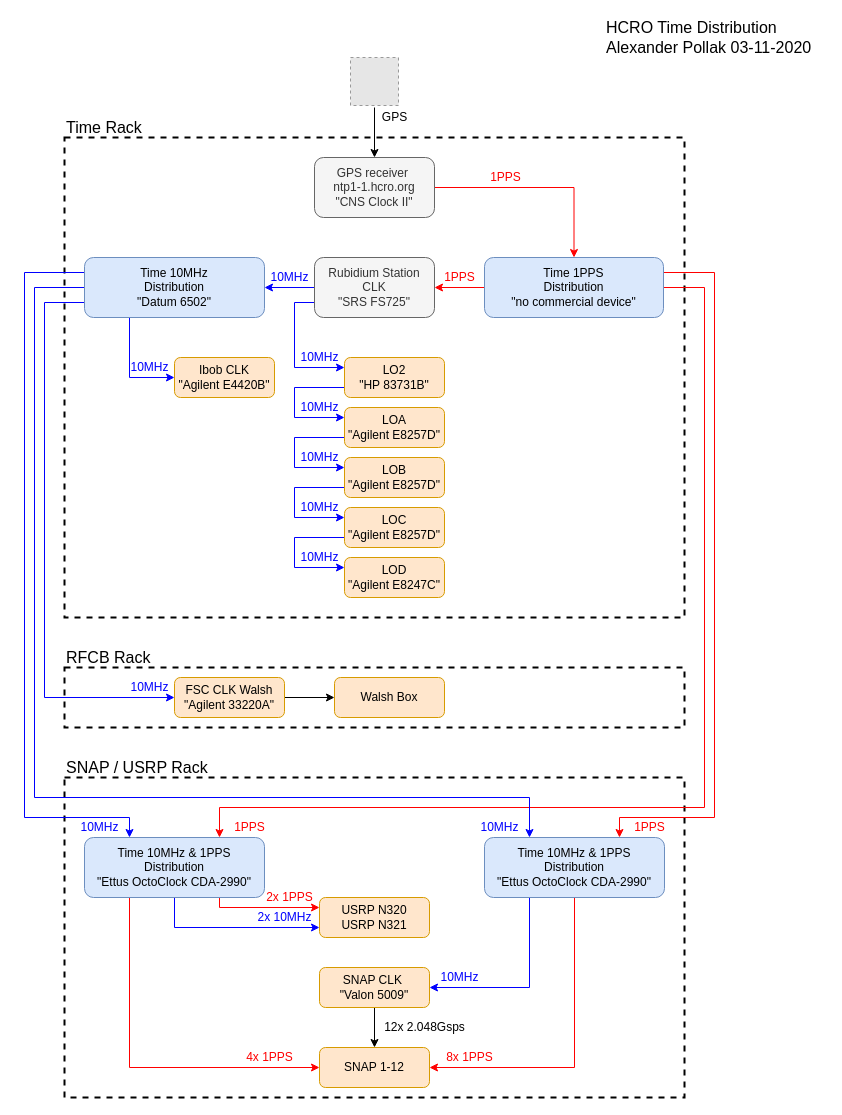
SETIatHCRO/Front-Page keeps this draw.io diagram as HCRO-Time-Standard/Time-Distribution-HCRO-03-11-2020.drawio. Above is the earlier version. Source tidied: cells renumbered, new cells numbered last; positions are measured from the earlier drawing's top-left corner, leaving out a move shared by most shapes. Both pictures are drawn from the tidied source at 100%, with x=0, y=0 at pixel (24, 17). Pictures stored in the file or linked from it are replaced by grey dashed boxes.
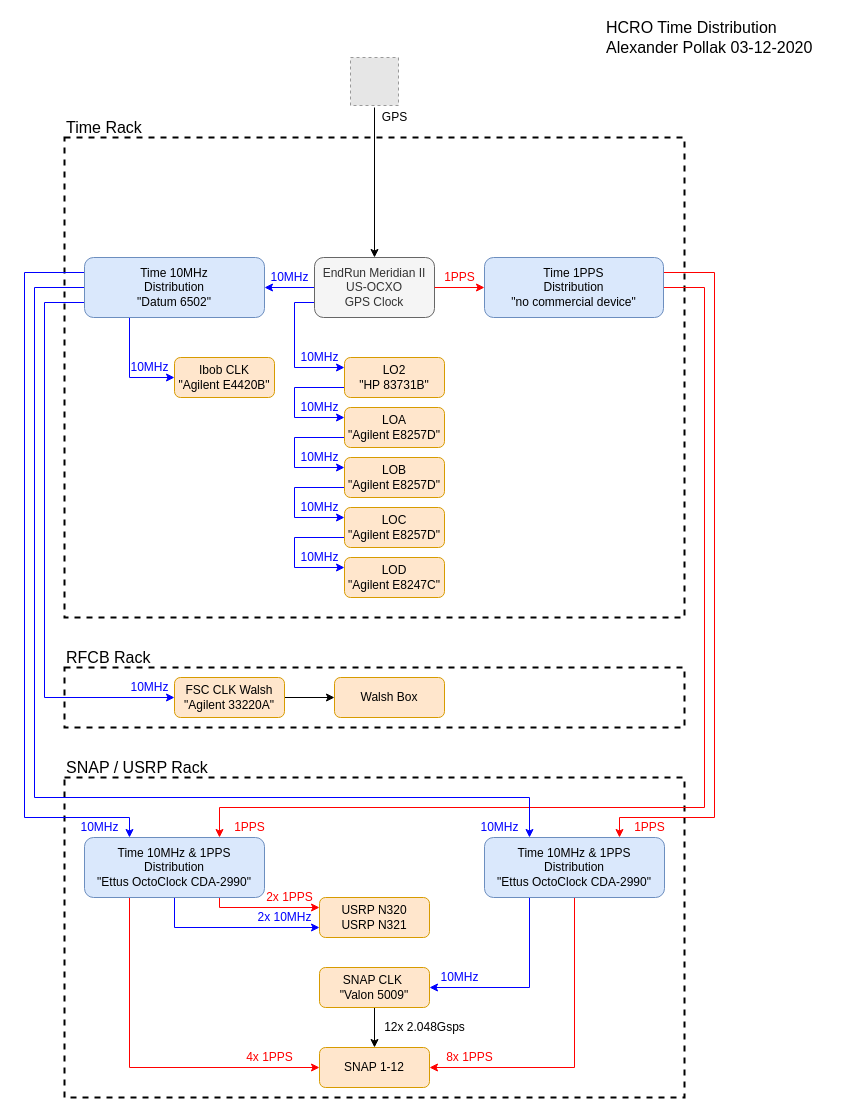
The same page after the edit.

Commit message (it also covers changes not shown here):
updated HCRO Time Standard

Unchanged cells that the change refers to:
```xml
<mxCell id="24" value="Time 1PPS&lt;br&gt;Distribution&lt;br&gt;&quot;no commercial device&quot;" style="rounded=1;whiteSpace=wrap;html=1;fillColor=#dae8fc;strokeColor=#6c8ebf;" parent="1" vertex="1">
  <mxGeometry x="460" y="240" width="179" height="60" as="geometry" />
</mxCell>
```

The edit, as a diff of the source:
```diff
@@
-    <mxCell id="6" style="endArrow=classic;html=1;entryX=0.5;entryY=0;entryDx=0;entryDy=0;" parent="1" edge="1" target="8">
+    <mxCell id="6" style="endArrow=classic;html=1;entryX=0.5;entryY=0;entryDx=0;entryDy=0;" parent="1" edge="1" target="11">
       <mxGeometry relative="1" as="geometry">
         <mxPoint x="350" y="90" as="sourcePoint" />
       </mxGeometry>
     </mxCell>
-    <mxCell id="7" style="edgeStyle=orthogonalEdgeStyle;rounded=0;jettySize=auto;html=1;exitX=1;exitY=0.5;exitDx=0;exitDy=0;entryX=0.5;entryY=0;entryDx=0;entryDy=0;strokeColor=#FF0000;" parent="1" edge="1" source="8" target="24">
-      <mxGeometry relative="1" as="geometry" />
-    </mxCell>
-    <mxCell id="8" value="GPS receiver&amp;nbsp;&lt;br&gt;ntp1-1.hcro.org&lt;br&gt;&quot;CNS Clock II&quot;" style="rounded=1;whiteSpace=wrap;html=1;fillColor=#f5f5f5;strokeColor=#666666;fontColor=#333333;" parent="1" vertex="1">
-      <mxGeometry x="290" y="140" width="120" height="60" as="geometry" />
-    </mxCell>
@@
-    <mxCell id="11" value="Rubidium Station CLK&lt;br&gt;&quot;SRS FS725&quot;" style="rounded=1;whiteSpace=wrap;html=1;fillColor=#f5f5f5;strokeColor=#666666;fontColor=#333333;" parent="1" vertex="1">
+    <mxCell id="11" value="EndRun Meridian II&lt;br&gt;US-OCXO&lt;br&gt;GPS Clock" style="rounded=1;whiteSpace=wrap;html=1;fillColor=#f5f5f5;strokeColor=#666666;fontColor=#333333;" parent="1" vertex="1">
       <mxGeometry x="290" y="240" width="120" height="60" as="geometry" />
     </mxCell>
@@
-    <mxCell id="13" value="1PPS" style="text;html=1;align=center;verticalAlign=middle;fontColor=#FF0000;" parent="1" vertex="1">
-      <mxGeometry x="455.5" y="150" width="50" height="20" as="geometry" />
-    </mxCell>
@@
-    <mxCell id="21" style="edgeStyle=orthogonalEdgeStyle;rounded=0;jettySize=auto;html=1;exitX=0;exitY=0.5;exitDx=0;exitDy=0;entryX=1;entryY=0.5;entryDx=0;entryDy=0;strokeColor=#FF0000;" parent="1" edge="1" source="24" target="11">
+    <mxCell id="21" style="edgeStyle=orthogonalEdgeStyle;rounded=0;jettySize=auto;html=1;exitX=0;exitY=0.5;exitDx=0;exitDy=0;entryX=1;entryY=0.5;entryDx=0;entryDy=0;strokeColor=#FF0000;startArrow=classic;startFill=1;endArrow=none;endFill=0;" parent="1" edge="1" source="24" target="11">
       <mxGeometry relative="1" as="geometry" />
     </mxCell>
@@
-    <mxCell id="69" value="HCRO Time Distribution&lt;br&gt;Alexander Pollak 03-11-2020" style="text;html=1;align=left;verticalAlign=middle;fontSize=16;" parent="1" vertex="1">
+    <mxCell id="69" value="HCRO Time Distribution&lt;br&gt;Alexander Pollak 03-12-2020" style="text;html=1;align=left;verticalAlign=middle;fontSize=16;" parent="1" vertex="1">
       <mxGeometry x="580" width="220" height="40" as="geometry" />
     </mxCell>
```
